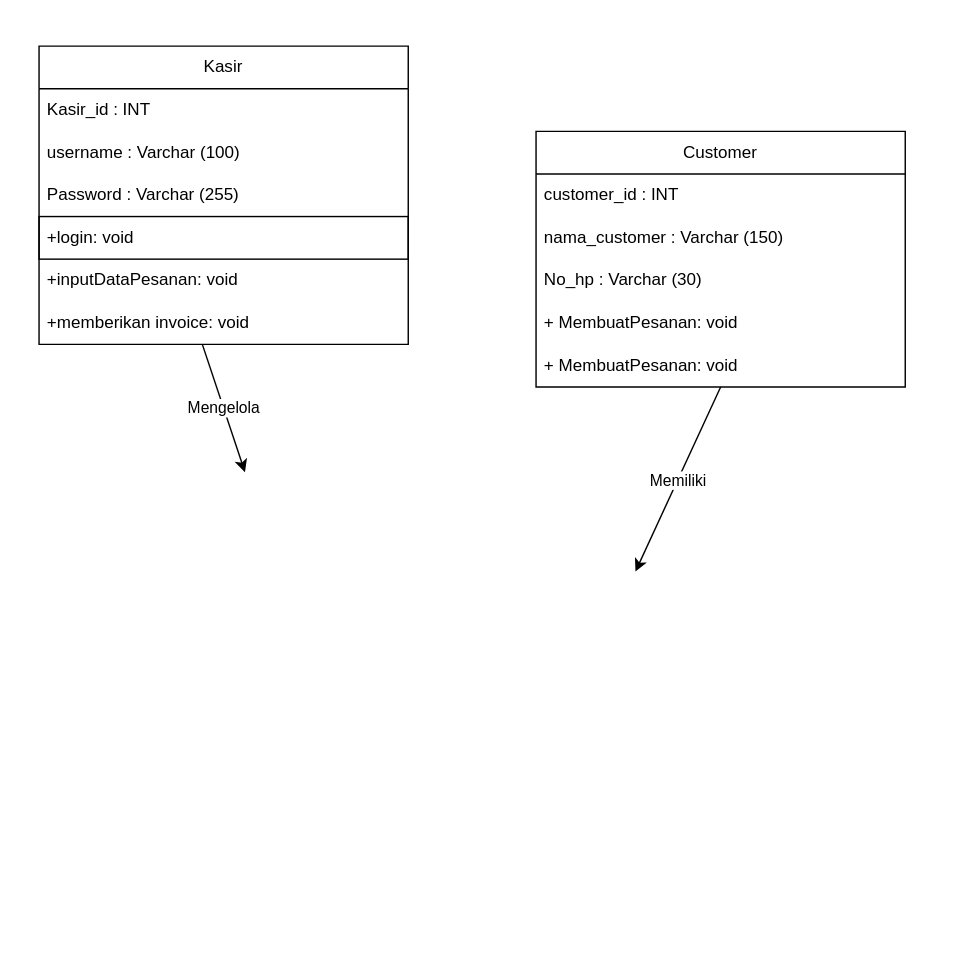
This is page "CLASS DIAGRAM" (6 of 10) of ALL UML.drawio from K35x/si_siblings_uml, a draw.io file, before an edit. Source tidied: cells renumbered, new cells numbered last; positions are measured from the earlier drawing's top-left corner, leaving out a move shared by most shapes. Both pictures are drawn from the tidied source at 142%, with x=0, y=0 at pixel (38, 45).
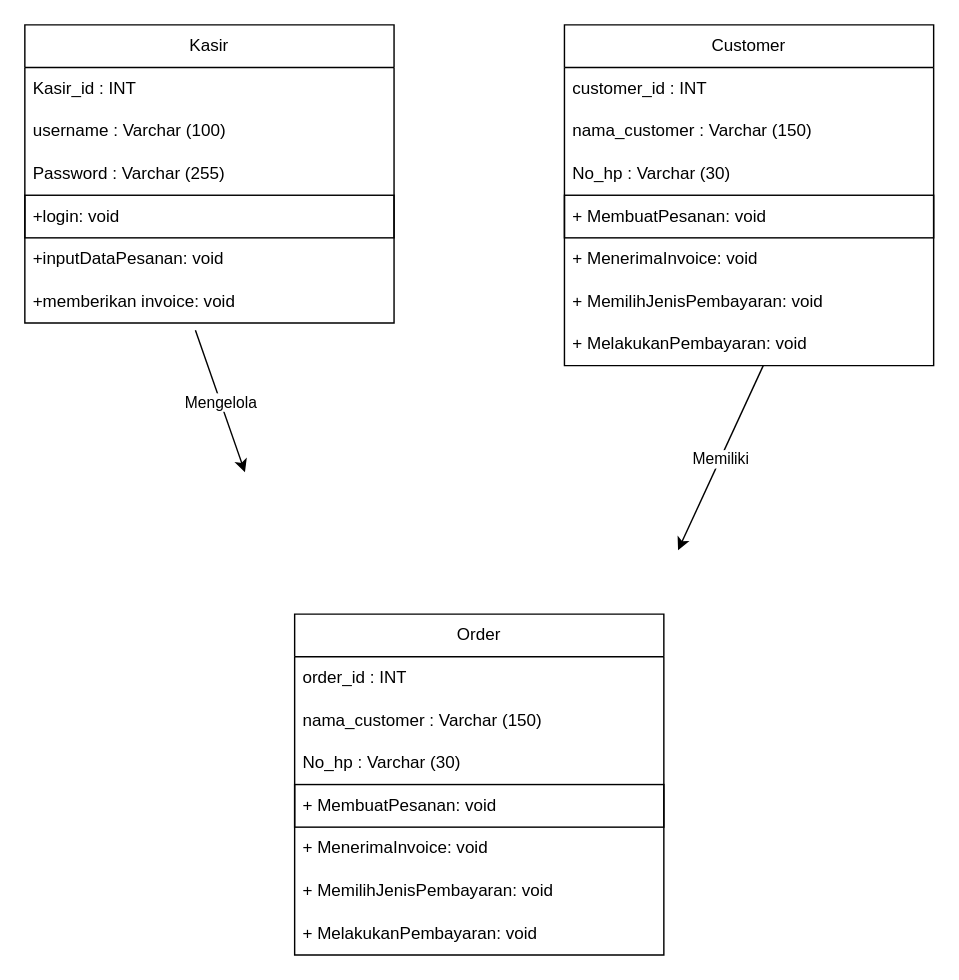
The same page after the edit.

The change refers to these unchanged cells:
```xml
<mxCell id="8" value="+memberikan invoice: void" style="text;strokeColor=none;fillColor=none;align=left;verticalAlign=middle;spacingLeft=4;spacingRight=4;overflow=hidden;points=[[0,0.5],[1,0.5]];portConstraint=eastwest;whiteSpace=wrap;html=1;" parent="2" vertex="1">
  <mxGeometry y="180" width="260" height="30" as="geometry" />
</mxCell>
```

Change to the diagram source:
```diff
@@
     <mxCell id="2" value="Kasir" style="swimlane;fontStyle=0;horizontal=1;startSize=30;whiteSpace=wrap;html=1;" parent="1" vertex="1">
-      <mxGeometry width="260" height="210" as="geometry" />
+      <mxGeometry x="-10" y="-15" width="260" height="210" as="geometry" />
     </mxCell>
@@
     <mxCell id="9" value="Customer" style="swimlane;fontStyle=0;horizontal=1;startSize=30;whiteSpace=wrap;html=1;" parent="1" vertex="1">
-      <mxGeometry x="350" y="60" width="260" height="180" as="geometry" />
+      <mxGeometry x="370" y="-15" width="260" height="240" as="geometry" />
     </mxCell>
@@
-    <mxCell id="13" value="+ MembuatPesanan: void" style="text;strokeColor=none;fillColor=none;align=left;verticalAlign=middle;spacingLeft=4;spacingRight=4;overflow=hidden;whiteSpace=wrap;html=1;" parent="9" vertex="1">
+    <mxCell id="13" value="+ MembuatPesanan: void" style="text;strokeColor=default;fillColor=none;align=left;verticalAlign=middle;spacingLeft=4;spacingRight=4;overflow=hidden;whiteSpace=wrap;html=1;" parent="9" vertex="1">
       <mxGeometry y="120" width="260" height="30" as="geometry" />
     </mxCell>
-    <mxCell id="14" value="+ MembuatPesanan: void" style="text;strokeColor=none;fillColor=none;align=left;verticalAlign=middle;spacingLeft=4;spacingRight=4;overflow=hidden;whiteSpace=wrap;html=1;" parent="9" vertex="1">
+    <mxCell id="14" value="+ MenerimaInvoice: void" style="text;strokeColor=none;fillColor=none;align=left;verticalAlign=middle;spacingLeft=4;spacingRight=4;overflow=hidden;whiteSpace=wrap;html=1;" parent="9" vertex="1">
       <mxGeometry y="150" width="260" height="30" as="geometry" />
     </mxCell>
+    <mxCell id="19" value="+ MemilihJenisPembayaran: void" style="text;strokeColor=none;fillColor=none;align=left;verticalAlign=middle;spacingLeft=4;spacingRight=4;overflow=hidden;whiteSpace=wrap;html=1;" parent="9" vertex="1">
+      <mxGeometry y="180" width="260" height="30" as="geometry" />
+    </mxCell>
+    <mxCell id="20" value="+ MelakukanPembayaran: void" style="text;strokeColor=none;fillColor=none;align=left;verticalAlign=middle;spacingLeft=4;spacingRight=4;overflow=hidden;whiteSpace=wrap;html=1;" parent="9" vertex="1">
+      <mxGeometry y="210" width="260" height="30" as="geometry" />
+    </mxCell>
-    <mxCell id="15" style="endArrow=classic;html=1;rounded=0;" parent="1" edge="1">
+    <mxCell id="15" style="endArrow=classic;html=1;rounded=0;exitX=0.462;exitY=1.167;exitDx=0;exitDy=0;exitPerimeter=0;" parent="1" edge="1" source="8">
       <mxGeometry relative="1" as="geometry">
-        <mxPoint x="115" y="210" as="sourcePoint" />
         <mxPoint x="145" y="300" as="targetPoint" />
       </mxGeometry>
     </mxCell>
@@
     <mxCell id="17" style="endArrow=classic;html=1;rounded=0;exitX=0.421;exitY=1.08;exitDx=0;exitDy=0;exitPerimeter=0;" parent="1" edge="1">
       <mxGeometry relative="1" as="geometry">
-        <mxPoint x="480" y="240" as="sourcePoint" />
-        <mxPoint x="420" y="370" as="targetPoint" />
+        <mxPoint x="510" y="225" as="sourcePoint" />
+        <mxPoint x="450" y="355" as="targetPoint" />
       </mxGeometry>
     </mxCell>
@@
+    <mxCell id="21" value="Order" style="swimlane;fontStyle=0;horizontal=1;startSize=30;whiteSpace=wrap;html=1;" parent="1" vertex="1">
+      <mxGeometry x="180" y="400" width="260" height="240" as="geometry" />
+    </mxCell>
+    <mxCell id="22" value="order_id : INT" style="text;strokeColor=none;fillColor=none;align=left;verticalAlign=middle;spacingLeft=4;spacingRight=4;overflow=hidden;whiteSpace=wrap;html=1;" parent="21" vertex="1">
+      <mxGeometry y="30" width="260" height="30" as="geometry" />
+    </mxCell>
+    <mxCell id="23" value="nama_customer : Varchar (150)" style="text;strokeColor=none;fillColor=none;align=left;verticalAlign=middle;spacingLeft=4;spacingRight=4;overflow=hidden;whiteSpace=wrap;html=1;" parent="21" vertex="1">
+      <mxGeometry y="60" width="260" height="30" as="geometry" />
+    </mxCell>
+    <mxCell id="24" value="No_hp : Varchar (30)" style="text;strokeColor=none;fillColor=none;align=left;verticalAlign=middle;spacingLeft=4;spacingRight=4;overflow=hidden;whiteSpace=wrap;html=1;" parent="21" vertex="1">
+      <mxGeometry y="90" width="260" height="30" as="geometry" />
+    </mxCell>
+    <mxCell id="25" value="+ MembuatPesanan: void" style="text;strokeColor=default;fillColor=none;align=left;verticalAlign=middle;spacingLeft=4;spacingRight=4;overflow=hidden;whiteSpace=wrap;html=1;" parent="21" vertex="1">
+      <mxGeometry y="120" width="260" height="30" as="geometry" />
+    </mxCell>
+    <mxCell id="26" value="+ MenerimaInvoice: void" style="text;strokeColor=none;fillColor=none;align=left;verticalAlign=middle;spacingLeft=4;spacingRight=4;overflow=hidden;whiteSpace=wrap;html=1;" parent="21" vertex="1">
+      <mxGeometry y="150" width="260" height="30" as="geometry" />
+    </mxCell>
+    <mxCell id="27" value="+ MemilihJenisPembayaran: void" style="text;strokeColor=none;fillColor=none;align=left;verticalAlign=middle;spacingLeft=4;spacingRight=4;overflow=hidden;whiteSpace=wrap;html=1;" parent="21" vertex="1">
+      <mxGeometry y="180" width="260" height="30" as="geometry" />
+    </mxCell>
+    <mxCell id="28" value="+ MelakukanPembayaran: void" style="text;strokeColor=none;fillColor=none;align=left;verticalAlign=middle;spacingLeft=4;spacingRight=4;overflow=hidden;whiteSpace=wrap;html=1;" parent="21" vertex="1">
+      <mxGeometry y="210" width="260" height="30" as="geometry" />
+    </mxCell>
```
